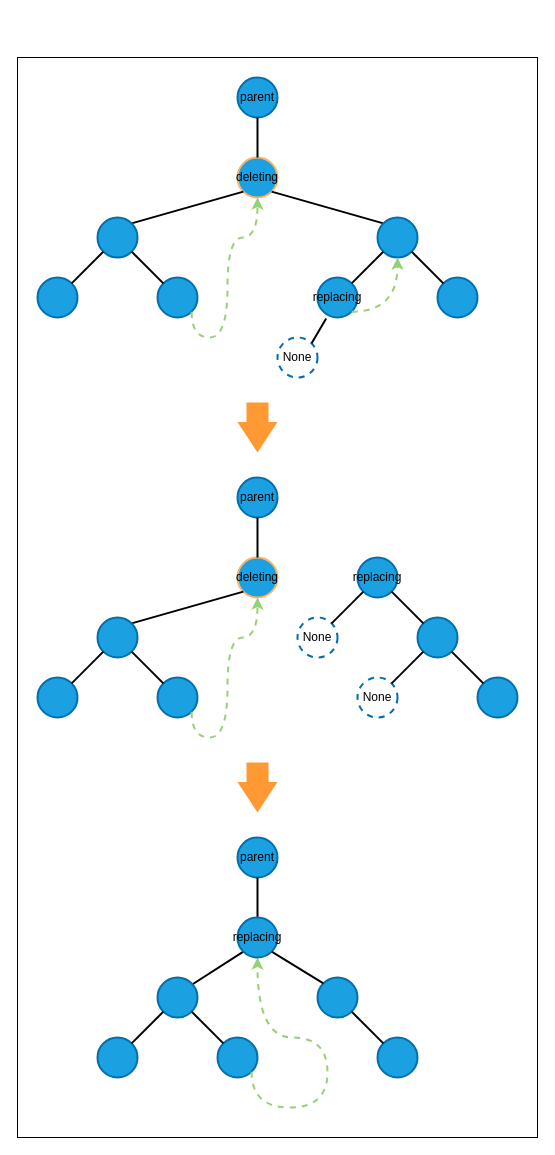
Earlier version of the draw.io diagram page "two_children_2" (5 of 6) of diagrams/right_tbst_delete.drawio (shunsvineyard/pyforest). Source tidied: cells renumbered, new cells numbered last; positions are measured from the earlier drawing's top-left corner, leaving out a move shared by most shapes. Both pictures are drawn from the tidied source at 100%, with x=0, y=0 at pixel (17, 57).
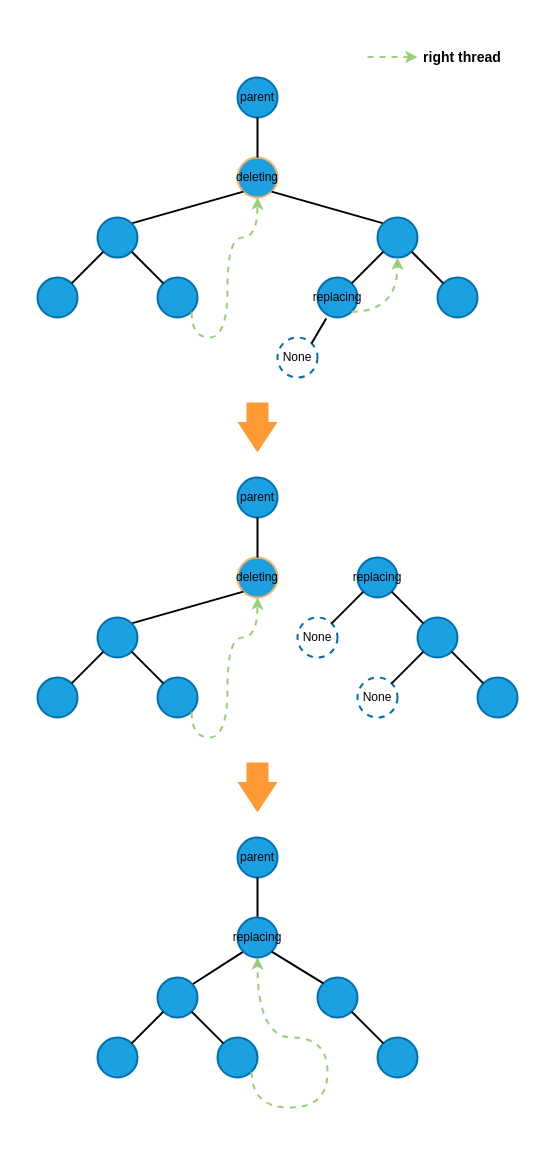
Above is the later version.

What changed in the source:
```diff
@@
-    <mxCell id="2" style="rounded=0;whiteSpace=wrap;html=1;fillColor=#FFFFFF;" parent="1" vertex="1">
-      <mxGeometry width="520" height="1080" as="geometry" />
+    <mxCell id="2" style="rounded=0;whiteSpace=wrap;html=1;fillColor=#FFFFFF;strokeColor=none;" parent="1" vertex="1">
+      <mxGeometry y="-40" width="520" height="1120" as="geometry" />
     </mxCell>
@@
+    <mxCell id="57" style="endArrow=classic;html=1;dashed=1;strokeColor=#97D077;strokeWidth=2;" parent="1" edge="1">
+      <mxGeometry relative="1" as="geometry">
+        <mxPoint x="350" y="-0.5" as="sourcePoint" />
+        <mxPoint x="400" y="-0.5" as="targetPoint" />
+      </mxGeometry>
+    </mxCell>
+    <mxCell id="58" value="&lt;font color=&quot;#000000&quot; style=&quot;font-size: 14px&quot;&gt;&lt;b&gt;right thread&lt;/b&gt;&lt;/font&gt;" style="text;html=1;strokeColor=none;fillColor=none;align=center;verticalAlign=middle;whiteSpace=wrap;rounded=0;" parent="1" vertex="1">
+      <mxGeometry x="400" y="-10" width="90" height="20" as="geometry" />
+    </mxCell>
```
